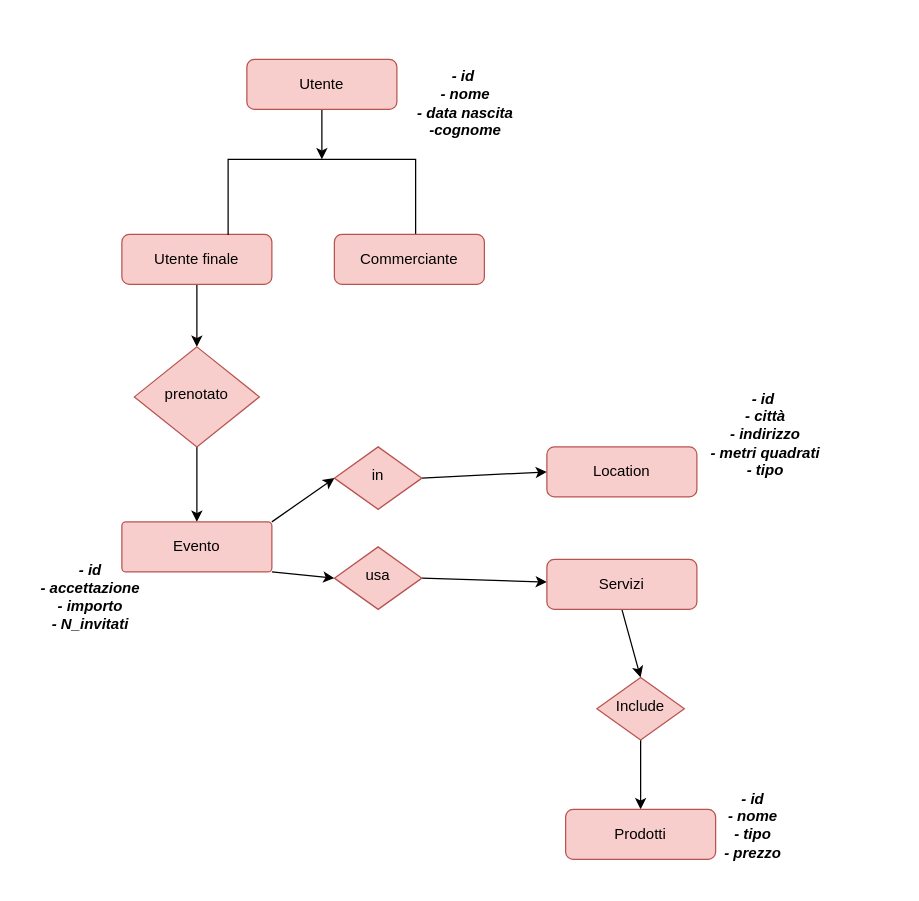
This is Untitled Diagram.drawio from denrotaru23/Elaborato-Esame-di-Stato-2021, a draw.io file, before an edit. Source tidied: cells renumbered, new cells numbered last; positions are measured from the earlier drawing's top-left corner, leaving out a move shared by most shapes. Both pictures are drawn from the tidied source at 125%, with x=0, y=0 at pixel (21, 59).
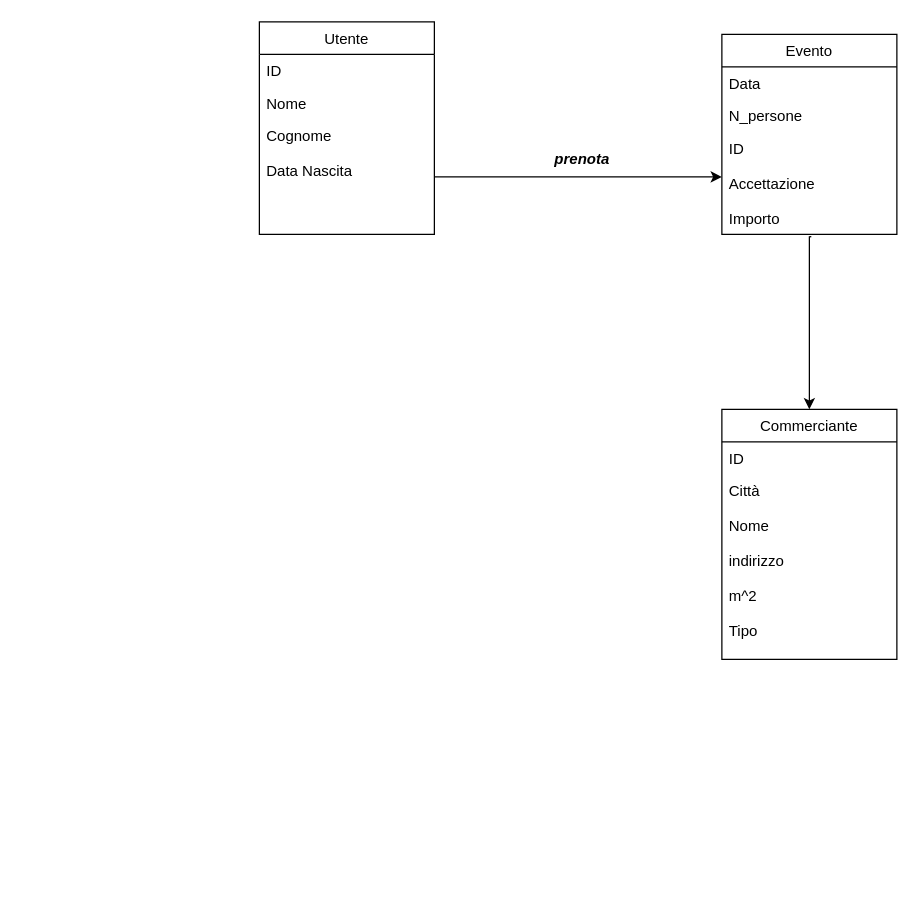
After the change.

The edit, as a diff of the source:
```diff
@@
-    <mxCell id="2" style="edgeStyle=orthogonalEdgeStyle;rounded=0;jettySize=auto;html=1;" parent="1" edge="1" source="3" target="14">
-      <mxGeometry relative="1" as="geometry" />
-    </mxCell>
+    <mxCell id="28" style="edgeStyle=none;rounded=0;orthogonalLoop=1;jettySize=auto;html=1;exitX=0.5;exitY=1;exitDx=0;exitDy=0;" parent="1" edge="1">
+      <mxGeometry relative="1" as="geometry">
+        <mxPoint x="55" y="440" as="sourcePoint" />
+        <mxPoint x="55" y="440" as="targetPoint" />
+      </mxGeometry>
+    </mxCell>
+    <mxCell id="30" style="edgeStyle=none;rounded=0;orthogonalLoop=1;jettySize=auto;html=1;exitX=0.5;exitY=0;exitDx=0;exitDy=0;" parent="1" edge="1">
+      <mxGeometry relative="1" as="geometry">
+        <mxPoint x="585" y="610" as="sourcePoint" />
+        <mxPoint x="585" y="610" as="targetPoint" />
+      </mxGeometry>
+    </mxCell>
-    <mxCell id="3" value="Utente" style="rounded=1;whiteSpace=wrap;html=1;fontSize=12;glass=0;strokeWidth=1;shadow=0;fillColor=#f8cecc;strokeColor=#b85450;" parent="1" vertex="1">
-      <mxGeometry x="180" width="120" height="40" as="geometry" />
+    <mxCell id="3" value="Utente" style="swimlane;fontStyle=0;horizontal=1;startSize=26;fillColor=none;" parent="1" vertex="1">
+      <mxGeometry x="190" y="-30" width="140" height="170" as="geometry" />
     </mxCell>
-    <mxCell id="4" style="edgeStyle=none;rounded=0;jettySize=auto;html=1;exitX=1;exitY=0.5;exitDx=0;exitDy=0;entryX=0;entryY=0.5;entryDx=0;entryDy=0;" parent="1" edge="1" source="5" target="13">
-      <mxGeometry relative="1" as="geometry" />
-    </mxCell>
-    <mxCell id="5" value="in" style="rhombus;whiteSpace=wrap;html=1;shadow=0;fontFamily=Helvetica;fontSize=12;align=center;strokeWidth=1;spacing=6;spacingTop=-4;fillColor=#f8cecc;strokeColor=#b85450;" parent="1" vertex="1">
-      <mxGeometry x="250" y="310" width="70" height="50" as="geometry" />
-    </mxCell>
-    <mxCell id="6" style="edgeStyle=orthogonalEdgeStyle;rounded=0;jettySize=auto;html=1;" parent="1" edge="1" source="7" target="9">
-      <mxGeometry relative="1" as="geometry" />
-    </mxCell>
-    <mxCell id="7" value="Utente finale" style="rounded=1;whiteSpace=wrap;html=1;fontSize=12;glass=0;strokeWidth=1;shadow=0;fillColor=#f8cecc;strokeColor=#b85450;" parent="1" vertex="1">
-      <mxGeometry x="80" y="140" width="120" height="40" as="geometry" />
-    </mxCell>
-    <mxCell id="8" style="edgeStyle=orthogonalEdgeStyle;rounded=0;jettySize=auto;html=1;" parent="1" edge="1" source="9" target="12">
-      <mxGeometry relative="1" as="geometry" />
-    </mxCell>
-    <mxCell id="9" value="prenotato" style="rhombus;whiteSpace=wrap;html=1;shadow=0;fontFamily=Helvetica;fontSize=12;align=center;strokeWidth=1;spacing=6;spacingTop=-4;fillColor=#f8cecc;strokeColor=#b85450;" parent="1" vertex="1">
-      <mxGeometry x="90" y="230" width="100" height="80" as="geometry" />
-    </mxCell>
-    <mxCell id="10" style="edgeStyle=none;rounded=0;jettySize=auto;html=1;exitX=1;exitY=0;exitDx=0;exitDy=0;entryX=0;entryY=0.5;entryDx=0;entryDy=0;" parent="1" edge="1" source="12" target="5">
-      <mxGeometry relative="1" as="geometry" />
-    </mxCell>
-    <mxCell id="11" style="edgeStyle=none;rounded=0;jettySize=auto;html=1;exitX=1;exitY=1;exitDx=0;exitDy=0;entryX=0;entryY=0.5;entryDx=0;entryDy=0;" parent="1" edge="1" source="12" target="17">
-      <mxGeometry relative="1" as="geometry" />
-    </mxCell>
+    <mxCell id="31" value="ID" style="text;strokeColor=none;fillColor=none;align=left;verticalAlign=top;spacingLeft=4;spacingRight=4;overflow=hidden;" parent="3" vertex="1">
+      <mxGeometry y="26" width="140" height="26" as="geometry" />
+    </mxCell>
+    <mxCell id="32" value="Nome" style="text;strokeColor=none;fillColor=none;align=left;verticalAlign=top;spacingLeft=4;spacingRight=4;overflow=hidden;" parent="3" vertex="1">
+      <mxGeometry y="52" width="140" height="26" as="geometry" />
+    </mxCell>
+    <mxCell id="33" value="Cognome&#10;&#10;Data Nascita" style="text;strokeColor=none;fillColor=none;align=left;verticalAlign=top;spacingLeft=4;spacingRight=4;overflow=hidden;points=[[0,0.5],[1,0.5]];portConstraint=eastwest;" parent="3" vertex="1">
+      <mxGeometry y="78" width="140" height="92" as="geometry" />
+    </mxCell>
+    <mxCell id="34" style="edgeStyle=orthogonalEdgeStyle;rounded=0;jettySize=auto;html=1;" parent="1" edge="1" source="33">
+      <mxGeometry relative="1" as="geometry">
+        <mxPoint x="560" y="94" as="targetPoint" />
+      </mxGeometry>
+    </mxCell>
+    <mxCell id="35" value="prenota" style="text;html=1;strokeColor=none;fillColor=none;align=center;verticalAlign=middle;whiteSpace=wrap;rounded=0;fontStyle=3;" parent="1" vertex="1">
+      <mxGeometry x="400" y="70" width="97" height="20" as="geometry" />
+    </mxCell>
-    <mxCell id="12" value="Evento" style="rounded=1;whiteSpace=wrap;html=1;fontSize=12;glass=0;strokeWidth=1;shadow=0;arcSize=8;fillColor=#f8cecc;strokeColor=#b85450;" parent="1" vertex="1">
-      <mxGeometry x="80" y="370" width="120" height="40" as="geometry" />
+    <mxCell id="12" value="Evento" style="swimlane;fontStyle=0;horizontal=1;startSize=26;fillColor=none;" parent="1" vertex="1">
+      <mxGeometry x="560" y="-20" width="140" height="160" as="geometry" />
     </mxCell>
-    <mxCell id="13" value="Location" style="rounded=1;whiteSpace=wrap;html=1;fontSize=12;glass=0;strokeWidth=1;shadow=0;fillColor=#f8cecc;strokeColor=#b85450;" parent="1" vertex="1">
-      <mxGeometry x="420" y="310" width="120" height="40" as="geometry" />
-    </mxCell>
-    <mxCell id="14" style="shape=partialRectangle;whiteSpace=wrap;html=1;bottom=1;right=1;left=1;top=0;fillColor=none;routingCenterX=-0.5;rotation=-180;" parent="1" vertex="1">
-      <mxGeometry x="165" y="80" width="150" height="60" as="geometry" />
-    </mxCell>
+    <mxCell id="36" value="Data" style="text;strokeColor=none;fillColor=none;align=left;verticalAlign=top;spacingLeft=4;spacingRight=4;overflow=hidden;" parent="12" vertex="1">
+      <mxGeometry y="26" width="140" height="26" as="geometry" />
+    </mxCell>
+    <mxCell id="37" value="N_persone" style="text;strokeColor=none;fillColor=none;align=left;verticalAlign=top;spacingLeft=4;spacingRight=4;overflow=hidden;" parent="12" vertex="1">
+      <mxGeometry y="52" width="140" height="26" as="geometry" />
+    </mxCell>
+    <mxCell id="38" value="ID&#10;&#10;Accettazione&#10;&#10;Importo" style="text;strokeColor=none;fillColor=none;align=left;verticalAlign=top;spacingLeft=4;spacingRight=4;overflow=hidden;points=[[0,0.5],[1,0.5]];portConstraint=eastwest;" parent="12" vertex="1">
+      <mxGeometry y="78" width="140" height="82" as="geometry" />
+    </mxCell>
+    <mxCell id="39" style="edgeStyle=none;rounded=0;jettySize=auto;html=1;exitX=0.511;exitY=1.022;exitDx=0;exitDy=0;exitPerimeter=0;entryX=0.5;entryY=0;entryDx=0;entryDy=0;" parent="1" edge="1" source="38" target="15">
+      <mxGeometry relative="1" as="geometry">
+        <Array as="points">
+          <mxPoint x="630" y="142" />
+        </Array>
+      </mxGeometry>
+    </mxCell>
-    <mxCell id="15" value="Commerciante" style="rounded=1;whiteSpace=wrap;html=1;fontSize=12;glass=0;strokeWidth=1;shadow=0;fillColor=#f8cecc;strokeColor=#b85450;" parent="1" vertex="1">
-      <mxGeometry x="250" y="140" width="120" height="40" as="geometry" />
+    <mxCell id="15" value="Commerciante" style="swimlane;fontStyle=0;horizontal=1;startSize=26;fillColor=none;" parent="1" vertex="1">
+      <mxGeometry x="560" y="280" width="140" height="200" as="geometry" />
     </mxCell>
-    <mxCell id="16" style="edgeStyle=none;rounded=0;jettySize=auto;html=1;exitX=1;exitY=0.5;exitDx=0;exitDy=0;" parent="1" edge="1" source="17" target="19">
-      <mxGeometry relative="1" as="geometry" />
-    </mxCell>
-    <mxCell id="17" value="usa" style="rhombus;whiteSpace=wrap;html=1;shadow=0;fontFamily=Helvetica;fontSize=12;align=center;strokeWidth=1;spacing=6;spacingTop=-4;fillColor=#f8cecc;strokeColor=#b85450;" parent="1" vertex="1">
-      <mxGeometry x="250" y="390" width="70" height="50" as="geometry" />
-    </mxCell>
-    <mxCell id="18" style="edgeStyle=none;rounded=0;jettySize=auto;html=1;exitX=0.5;exitY=1;exitDx=0;exitDy=0;entryX=0.5;entryY=0;entryDx=0;entryDy=0;" parent="1" edge="1" source="19" target="21">
-      <mxGeometry relative="1" as="geometry" />
-    </mxCell>
-    <mxCell id="19" value="Servizi" style="rounded=1;whiteSpace=wrap;html=1;fontSize=12;glass=0;strokeWidth=1;shadow=0;fillColor=#f8cecc;strokeColor=#b85450;" parent="1" vertex="1">
-      <mxGeometry x="420" y="400" width="120" height="40" as="geometry" />
-    </mxCell>
-    <mxCell id="20" style="edgeStyle=none;rounded=0;jettySize=auto;html=1;exitX=0.5;exitY=1;exitDx=0;exitDy=0;entryX=0.5;entryY=0;entryDx=0;entryDy=0;" parent="1" edge="1" source="21" target="22">
-      <mxGeometry relative="1" as="geometry" />
-    </mxCell>
-    <mxCell id="21" value="Include" style="rhombus;whiteSpace=wrap;html=1;shadow=0;fontFamily=Helvetica;fontSize=12;align=center;strokeWidth=1;spacing=6;spacingTop=-4;fillColor=#f8cecc;strokeColor=#b85450;" parent="1" vertex="1">
-      <mxGeometry x="460" y="494.5" width="70" height="50" as="geometry" />
-    </mxCell>
-    <mxCell id="22" value="Prodotti" style="rounded=1;whiteSpace=wrap;html=1;fontSize=12;glass=0;strokeWidth=1;shadow=0;fillColor=#f8cecc;strokeColor=#b85450;" parent="1" vertex="1">
-      <mxGeometry x="435" y="600" width="120" height="40" as="geometry" />
-    </mxCell>
-    <mxCell id="23" value="&lt;b&gt;&lt;i&gt;- id&lt;br&gt;- nome&lt;br&gt;- tipo&lt;br&gt;- prezzo&lt;br&gt;&lt;br&gt;&lt;/i&gt;&lt;/b&gt;" style="text;html=1;strokeColor=none;fillColor=none;align=center;verticalAlign=middle;whiteSpace=wrap;rounded=0;" parent="1" vertex="1">
-      <mxGeometry x="480" y="610" width="210" height="20" as="geometry" />
-    </mxCell>
-    <mxCell id="24" value="- id&amp;nbsp;&lt;br&gt;- nome&lt;br&gt;- data nascita&lt;br&gt;-cognome" style="text;html=1;strokeColor=none;fillColor=none;align=center;verticalAlign=middle;whiteSpace=wrap;rounded=0;fontStyle=3;" parent="1" vertex="1">
-      <mxGeometry x="300" y="20" width="110" height="30" as="geometry" />
-    </mxCell>
-    <mxCell id="25" value="&lt;b&gt;&lt;i&gt;- id&amp;nbsp;&lt;br&gt;- città&lt;br&gt;- indirizzo&lt;br&gt;- metri quadrati&lt;br&gt;- tipo&lt;br&gt;&lt;/i&gt;&lt;/b&gt;" style="text;html=1;strokeColor=none;fillColor=none;align=center;verticalAlign=middle;whiteSpace=wrap;rounded=0;" parent="1" vertex="1">
-      <mxGeometry x="550" y="290" width="90" height="20" as="geometry" />
-    </mxCell>
-    <mxCell id="26" style="edgeStyle=none;rounded=0;orthogonalLoop=1;jettySize=auto;html=1;exitX=0.5;exitY=1;exitDx=0;exitDy=0;" parent="1" edge="1" source="25" target="25">
-      <mxGeometry relative="1" as="geometry" />
-    </mxCell>
-    <mxCell id="27" value="&lt;b&gt;&lt;i&gt;- id&lt;br&gt;- accettazione&lt;br&gt;- importo&lt;br&gt;- N_invitati&lt;br&gt;&lt;/i&gt;&lt;/b&gt;" style="text;html=1;strokeColor=none;fillColor=none;align=center;verticalAlign=middle;whiteSpace=wrap;rounded=0;" parent="1" vertex="1">
-      <mxGeometry y="420" width="110" height="20" as="geometry" />
-    </mxCell>
-    <mxCell id="28" style="edgeStyle=none;rounded=0;orthogonalLoop=1;jettySize=auto;html=1;exitX=0.5;exitY=1;exitDx=0;exitDy=0;" parent="1" edge="1" source="27" target="27">
-      <mxGeometry relative="1" as="geometry" />
-    </mxCell>
-    <mxCell id="29" style="edgeStyle=none;rounded=0;orthogonalLoop=1;jettySize=auto;html=1;exitX=0.5;exitY=0;exitDx=0;exitDy=0;" parent="1" edge="1" source="25" target="25">
-      <mxGeometry relative="1" as="geometry" />
-    </mxCell>
-    <mxCell id="30" style="edgeStyle=none;rounded=0;orthogonalLoop=1;jettySize=auto;html=1;exitX=0.5;exitY=0;exitDx=0;exitDy=0;" parent="1" edge="1" source="23" target="23">
-      <mxGeometry relative="1" as="geometry" />
-    </mxCell>
+    <mxCell id="40" value="ID" style="text;strokeColor=none;fillColor=none;align=left;verticalAlign=top;spacingLeft=4;spacingRight=4;overflow=hidden;" parent="15" vertex="1">
+      <mxGeometry y="26" width="140" height="26" as="geometry" />
+    </mxCell>
+    <mxCell id="41" value="Città&#10;&#10;Nome&#10;&#10;indirizzo&#10;&#10;m^2&#10;&#10;Tipo" style="text;strokeColor=none;fillColor=none;align=left;verticalAlign=top;spacingLeft=4;spacingRight=4;overflow=hidden;" parent="15" vertex="1">
+      <mxGeometry y="52" width="140" height="148" as="geometry" />
+    </mxCell>
```
